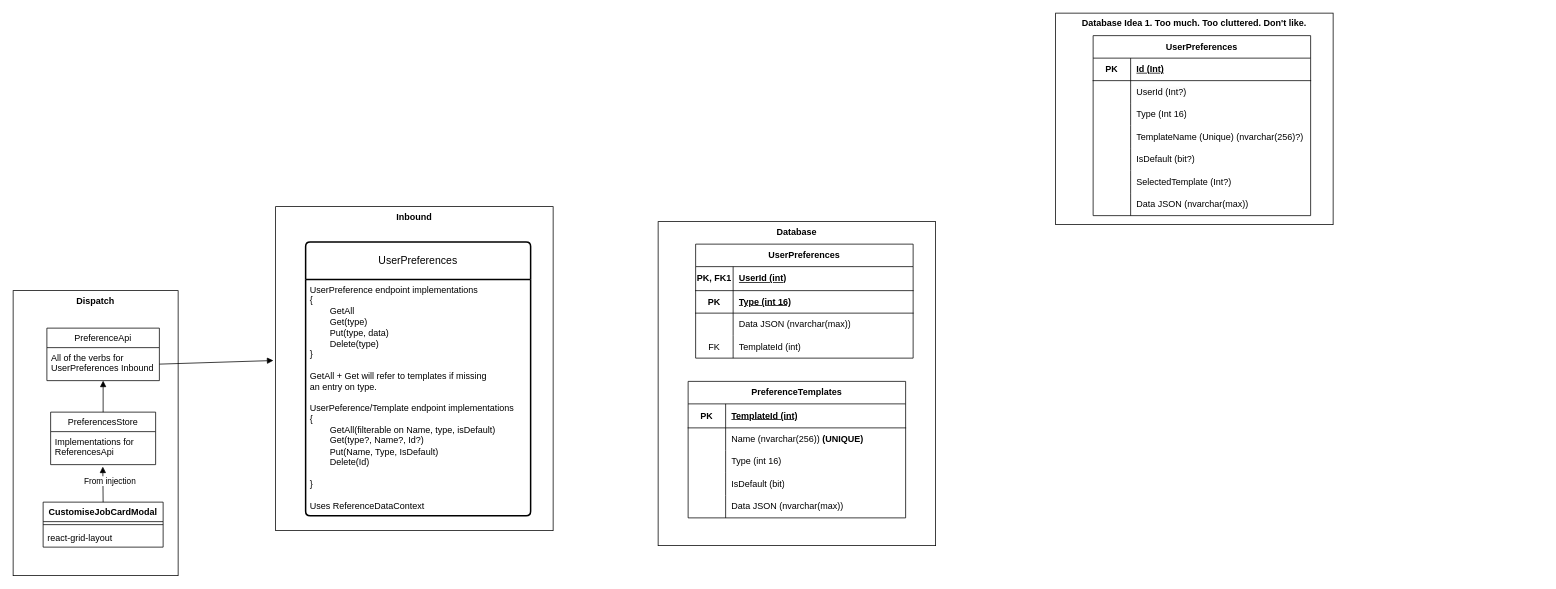
gbates-e2open/drawioFiles keeps this draw.io diagram as CustomJobCard.drawio. Above is the earlier version. Source tidied: cells renumbered, new cells numbered last; positions are measured from the earlier drawing's top-left corner, leaving out a move shared by most shapes. Both pictures are drawn from the tidied source at 75%, with x=0, y=0 at pixel (13, 13).
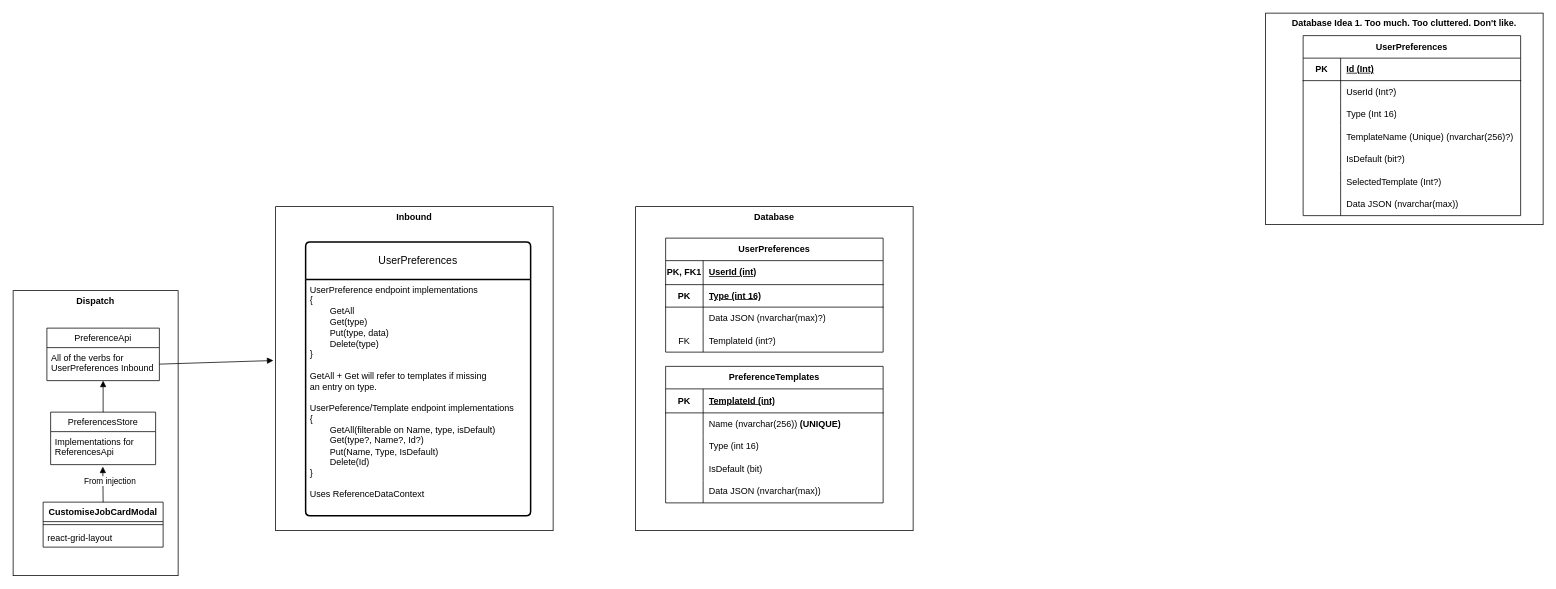
The same page after the edit.

The change refers to these unchanged cells:
```xml
<mxCell id="3" value="UserPreferences" style="swimlane;horizontal=1;startSize=50;rounded=1;fontSize=14;fontStyle=0;strokeWidth=2;shadow=0;dashed=0;align=center;arcSize=4;whiteSpace=wrap;html=1;" parent="1" vertex="1">
  <mxGeometry x="390" y="305" width="300" height="365" as="geometry" />
</mxCell>
<mxCell id="47" style="shape=tableRow;horizontal=0;startSize=0;swimlaneHead=0;swimlaneBody=0;fillColor=none;top=0;left=0;right=0;bottom=0;html=1;" parent="40" vertex="1">
  <mxGeometry y="92" width="290" height="30" as="geometry" />
</mxCell>
<mxCell id="50" style="shape=tableRow;horizontal=0;startSize=0;swimlaneHead=0;swimlaneBody=0;fillColor=none;top=0;left=0;right=0;bottom=0;html=1;" parent="40" vertex="1">
  <mxGeometry y="122" width="290" height="30" as="geometry" />
</mxCell>
```

The edit, as a diff of the source:
```diff
@@
-    <mxCell id="4" value="UserPreference endpoint&amp;nbsp;&lt;span style=&quot;background-color: initial;&quot;&gt;implementations&lt;/span&gt;&lt;div&gt;{&lt;/div&gt;&lt;div&gt;&lt;span style=&quot;white-space: pre;&quot;&gt;&#9;&lt;/span&gt;GetAll&lt;/div&gt;&lt;div&gt;&lt;span style=&quot;white-space: pre;&quot;&gt;&#9;&lt;/span&gt;Get(type)&lt;br&gt;&lt;/div&gt;&lt;div&gt;&lt;span style=&quot;white-space: pre;&quot;&gt;&#9;&lt;/span&gt;Put(type, data)&lt;/div&gt;&lt;div&gt;&lt;span style=&quot;white-space: pre;&quot;&gt;&#9;&lt;/span&gt;Delete(type)&lt;/div&gt;&lt;div&gt;}&lt;/div&gt;&lt;div&gt;&lt;br&gt;&lt;/div&gt;&lt;div&gt;GetAll + Get will refer to templates if missing&lt;/div&gt;&lt;div&gt;an entry on type.&lt;/div&gt;&lt;div&gt;&lt;br&gt;&lt;/div&gt;&lt;div&gt;UserPeference/Template endpoint implementations&lt;/div&gt;&lt;div&gt;{&lt;/div&gt;&lt;div&gt;&lt;span style=&quot;white-space: pre;&quot;&gt;&#9;&lt;/span&gt;GetAll(filterable on Name, type, isDefault)&lt;br&gt;&lt;/div&gt;&lt;div&gt;&lt;span style=&quot;white-space: pre;&quot;&gt;&#9;&lt;/span&gt;Get(type?, Name?, Id?)&lt;/div&gt;&lt;div&gt;&lt;span style=&quot;white-space: pre;&quot;&gt;&#9;&lt;/span&gt;Put(Name, Type, IsDefault)&lt;br&gt;&lt;/div&gt;&lt;div&gt;&lt;span style=&quot;white-space: pre;&quot;&gt;&#9;&lt;/span&gt;Delete(Id)&lt;br&gt;&lt;/div&gt;&lt;div&gt;&lt;span style=&quot;white-space: pre;&quot;&gt;&#9;&lt;/span&gt;&lt;br&gt;&lt;/div&gt;&lt;div&gt;}&lt;/div&gt;&lt;div&gt;&lt;br&gt;&lt;/div&gt;&lt;div&gt;Uses ReferenceDataContext&lt;/div&gt;" style="align=left;strokeColor=none;fillColor=none;spacingLeft=4;fontSize=12;verticalAlign=top;html=1;" parent="3" vertex="1">
+    <mxCell id="4" value="UserPreference endpoint&amp;nbsp;&lt;span style=&quot;background-color: initial;&quot;&gt;implementations&lt;/span&gt;&lt;div&gt;{&lt;/div&gt;&lt;div&gt;&lt;span style=&quot;white-space: pre;&quot;&gt;&#9;&lt;/span&gt;GetAll&lt;/div&gt;&lt;div&gt;&lt;span style=&quot;white-space: pre;&quot;&gt;&#9;&lt;/span&gt;Get(type)&lt;br&gt;&lt;/div&gt;&lt;div&gt;&lt;span style=&quot;white-space: pre;&quot;&gt;&#9;&lt;/span&gt;Put(type, data)&lt;/div&gt;&lt;div&gt;&lt;span style=&quot;white-space: pre;&quot;&gt;&#9;&lt;/span&gt;Delete(type)&lt;/div&gt;&lt;div&gt;}&lt;/div&gt;&lt;div&gt;&lt;br&gt;&lt;/div&gt;&lt;div&gt;GetAll + Get will refer to templates if missing&lt;/div&gt;&lt;div&gt;an entry on type.&lt;/div&gt;&lt;div&gt;&lt;br&gt;&lt;/div&gt;&lt;div&gt;UserPeference/Template endpoint implementations&lt;/div&gt;&lt;div&gt;{&lt;/div&gt;&lt;div&gt;&lt;span style=&quot;white-space: pre;&quot;&gt;&#9;&lt;/span&gt;GetAll(filterable on Name, type, isDefault)&lt;br&gt;&lt;/div&gt;&lt;div&gt;&lt;span style=&quot;white-space: pre;&quot;&gt;&#9;&lt;/span&gt;Get(type?, Name?, Id?)&lt;/div&gt;&lt;div&gt;&lt;span style=&quot;white-space: pre;&quot;&gt;&#9;&lt;/span&gt;Put(Name, Type, IsDefault)&lt;br&gt;&lt;/div&gt;&lt;div&gt;&lt;span style=&quot;white-space: pre;&quot;&gt;&#9;&lt;/span&gt;Delete(Id)&lt;/div&gt;&lt;div&gt;}&lt;/div&gt;&lt;div&gt;&lt;br&gt;&lt;/div&gt;&lt;div&gt;Uses ReferenceDataContext&lt;/div&gt;" style="align=left;strokeColor=none;fillColor=none;spacingLeft=4;fontSize=12;verticalAlign=top;html=1;" parent="3" vertex="1">
       <mxGeometry y="50" width="300" height="315" as="geometry" />
     </mxCell>
@@
     <mxCell id="16" value="&lt;b&gt;Database Idea 1. Too much. Too cluttered. Don't like.&lt;/b&gt;" style="html=1;whiteSpace=wrap;verticalAlign=top;" parent="1" vertex="1">
-      <mxGeometry x="1390" width="370" height="282" as="geometry" />
+      <mxGeometry x="1670" width="370" height="282" as="geometry" />
     </mxCell>
     <mxCell id="17" value="UserPreferences" style="shape=table;startSize=30;childLayout=tableLayout;rowLines=0;fontStyle=1;align=center;html=1;whiteSpace=wrap;" parent="1" vertex="1">
-      <mxGeometry x="1440" y="30" width="290" height="240" as="geometry" />
+      <mxGeometry x="1720" y="30" width="290" height="240" as="geometry" />
     </mxCell>
@@
     <mxCell id="39" value="&lt;b&gt;Database&lt;/b&gt;" style="html=1;whiteSpace=wrap;verticalAlign=top;" parent="1" vertex="1">
-      <mxGeometry x="860" y="278" width="370" height="432" as="geometry" />
+      <mxGeometry x="830" y="258" width="370" height="432" as="geometry" />
     </mxCell>
     <mxCell id="40" value="UserPreferences" style="shape=table;startSize=30;childLayout=tableLayout;rowLines=0;fontStyle=1;align=center;html=1;whiteSpace=wrap;" parent="1" vertex="1">
-      <mxGeometry x="910" y="308" width="290" height="152" as="geometry" />
+      <mxGeometry x="870" y="300" width="290" height="152" as="geometry" />
     </mxCell>
@@
-    <mxCell id="49" value="Data JSON (nvarchar(max))" style="shape=partialRectangle;fillColor=none;top=0;left=0;bottom=0;right=0;align=left;spacingLeft=6;overflow=hidden;html=1;whiteSpace=wrap;" parent="47" vertex="1">
+    <mxCell id="49" value="Data JSON (nvarchar(max)?)" style="shape=partialRectangle;fillColor=none;top=0;left=0;bottom=0;right=0;align=left;spacingLeft=6;overflow=hidden;html=1;whiteSpace=wrap;" parent="47" vertex="1">
       <mxGeometry x="50" width="240" height="30" as="geometry" />
     </mxCell>
@@
-    <mxCell id="52" value="TemplateId (int)" style="shape=partialRectangle;fillColor=none;top=0;left=0;bottom=0;right=0;align=left;spacingLeft=6;overflow=hidden;html=1;whiteSpace=wrap;" parent="50" vertex="1">
+    <mxCell id="52" value="TemplateId (int?)" style="shape=partialRectangle;fillColor=none;top=0;left=0;bottom=0;right=0;align=left;spacingLeft=6;overflow=hidden;html=1;whiteSpace=wrap;" parent="50" vertex="1">
       <mxGeometry x="50" width="240" height="30" as="geometry" />
     </mxCell>
     <mxCell id="53" value="PreferenceTemplates" style="shape=table;startSize=30;childLayout=tableLayout;rowLines=0;fontStyle=1;align=center;html=1;whiteSpace=wrap;" parent="1" vertex="1">
-      <mxGeometry x="900" y="491" width="290" height="182" as="geometry" />
+      <mxGeometry x="870" y="471" width="290" height="182" as="geometry" />
     </mxCell>
```
